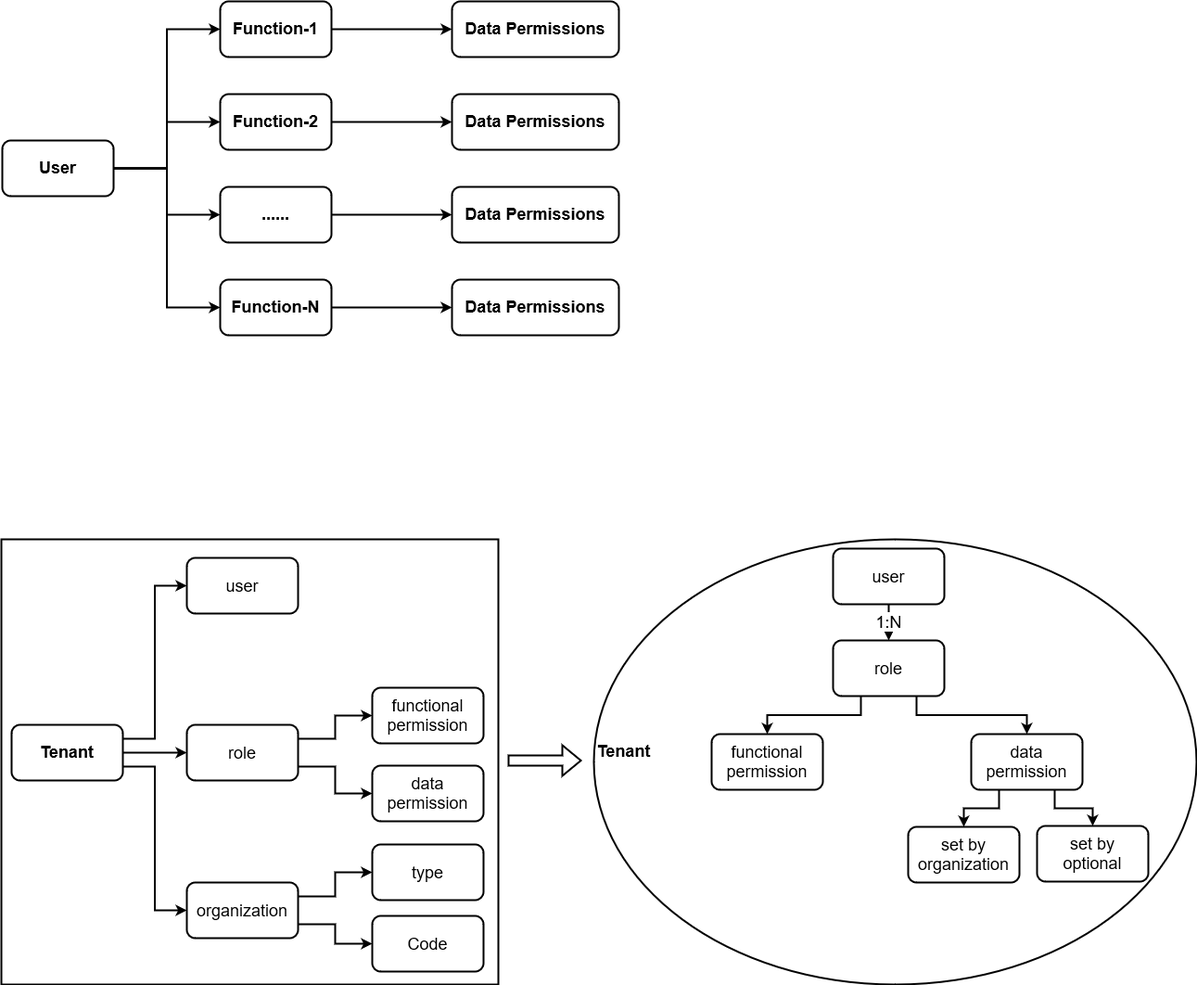
This is Infrastructure.drawio.png from jackie-thank/beego-authz, a draw.io export, as it was before one commit. Source tidied: cells renumbered, new cells last; positions are measured from the earlier drawing's top-left corner, leaving out a move shared by most shapes.
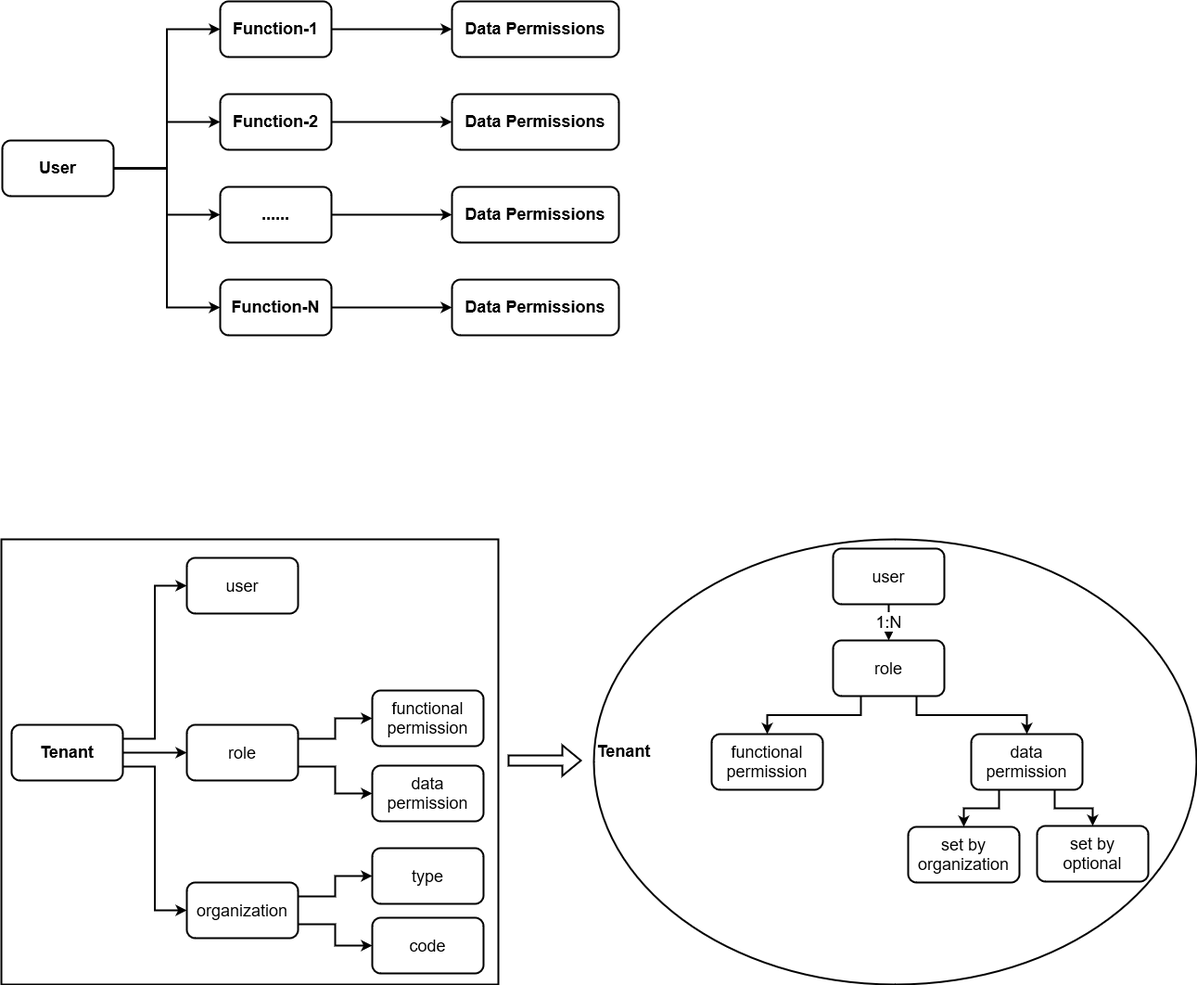
After the change.

The edit, as a diff of the source:
```diff
@@ -93,16 +93,16 @@
       <mxGeometry x="200" y="950" width="120" height="60" as="geometry" />
     </mxCell>
     <mxCell id="32" value="&lt;div&gt;functional&lt;/div&gt;&lt;div&gt;permission&lt;br&gt;&lt;/div&gt;" style="rounded=1;whiteSpace=wrap;html=1;strokeWidth=2;fontSize=18;" parent="1" vertex="1">
-      <mxGeometry x="400" y="740" width="120" height="60" as="geometry" />
+      <mxGeometry x="400" y="743" width="120" height="60" as="geometry" />
     </mxCell>
     <mxCell id="33" value="&lt;div&gt;data&lt;/div&gt;&lt;div&gt;permission&lt;br&gt;&lt;/div&gt;" style="rounded=1;whiteSpace=wrap;html=1;strokeWidth=2;fontSize=18;" parent="1" vertex="1">
       <mxGeometry x="400" y="824" width="120" height="60" as="geometry" />
     </mxCell>
     <mxCell id="34" value="type" style="rounded=1;whiteSpace=wrap;html=1;strokeWidth=2;fontSize=18;" parent="1" vertex="1">
-      <mxGeometry x="400" y="909" width="120" height="60" as="geometry" />
+      <mxGeometry x="400" y="913" width="120" height="60" as="geometry" />
     </mxCell>
-    <mxCell id="35" value="Code" style="rounded=1;whiteSpace=wrap;html=1;strokeWidth=2;fontSize=18;" parent="1" vertex="1">
-      <mxGeometry x="400" y="986" width="120" height="60" as="geometry" />
+    <mxCell id="35" value="code" style="rounded=1;whiteSpace=wrap;html=1;strokeWidth=2;fontSize=18;" parent="1" vertex="1">
+      <mxGeometry x="400" y="988" width="120" height="60" as="geometry" />
     </mxCell>
     <mxCell id="36" style="shape=flexArrow;endArrow=classic;html=1;rounded=0;strokeWidth=2;fontSize=18;" parent="1" edge="1">
       <mxGeometry relative="1" as="geometry">
```
